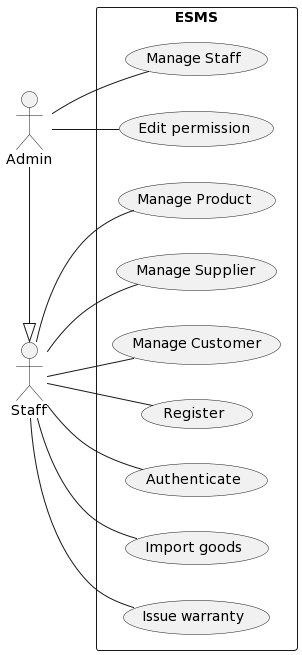
Above: Lab1/Lab1.2/Usecases/overview.png in thanhLoc1087/SE357-Pratice-class (PlantUML), before the change.
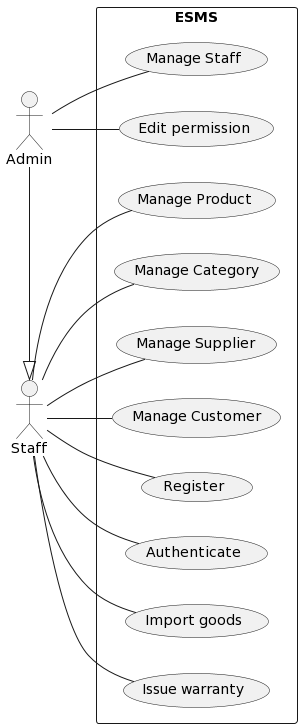
After the change.

Commit message:
Lab12 | add new usecase

The edit, as a diff of the source:
```diff
@@ -6,6 +6,7 @@
   usecase "Manage Staff" as UC0
   usecase "Edit permission" as UCh
   usecase "Manage Product" as UC1
+  usecase "Manage Category" as UC21
   usecase "Manage Supplier" as UC2
   usecase "Manage Customer" as UC3
   usecase "Register" as UC4
@@ -18,6 +19,7 @@
 ad -- UCh
 st -- UC1
 st -- UC2
+st -- UC21
 st -- UC3
 st -- UC4
 st -- UC5
```
